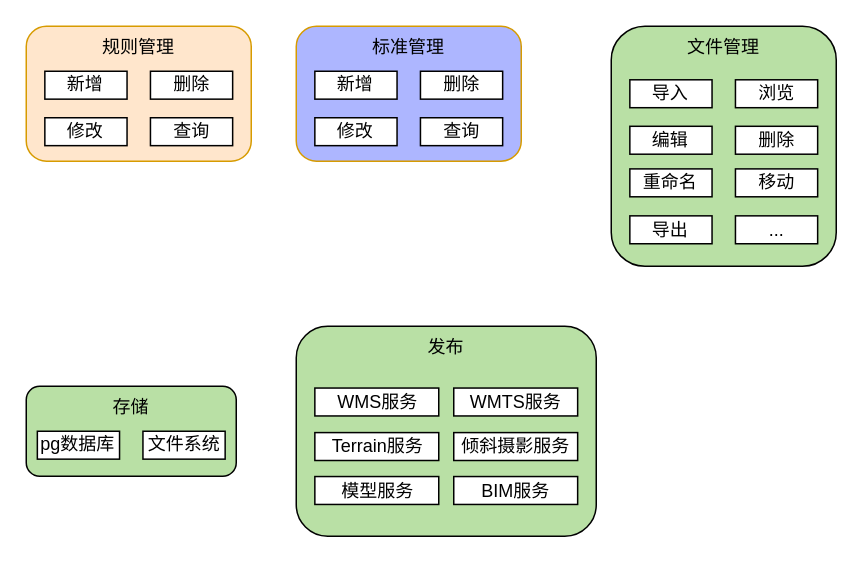
CoderDream/java-architect-util keeps this draw.io diagram as doc/安吉数字化.drawio. Above is the earlier version. Source tidied: cells renumbered, new cells numbered last; positions are measured from the earlier drawing's top-left corner, leaving out a move shared by most shapes. Both pictures are drawn from the tidied source at 150%, with x=0, y=0 at pixel (26, 26).
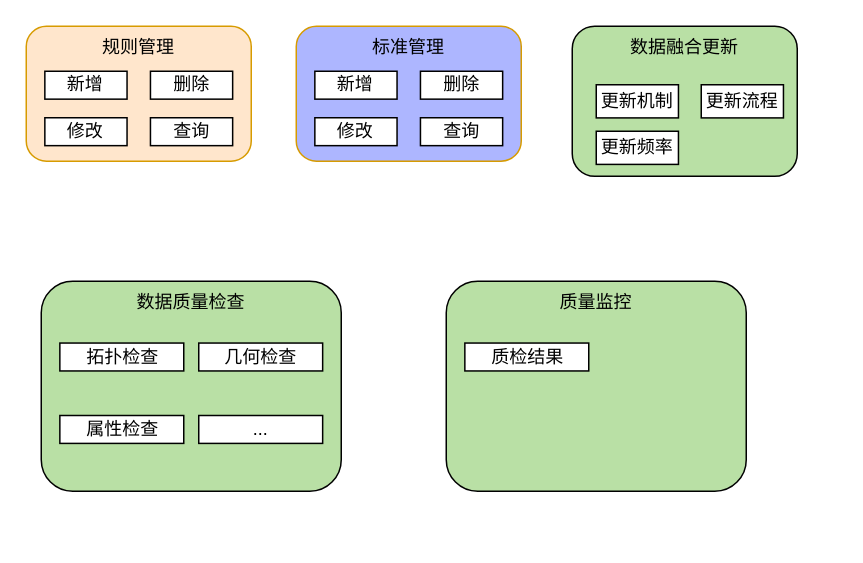
After the change.

Commit message:
更新安吉数字化.drawio

Diff of the diagram source:
```diff
@@
     <mxCell id="8" style="group;" parent="1" vertex="1">
-      <mxGeometry x="390" width="150" height="160" as="geometry" />
+      <mxGeometry x="364" width="150" height="100" as="geometry" />
     </mxCell>
-    <mxCell id="9" value="文件管理" style="rounded=1;whiteSpace=wrap;html=1;fillColor=#B9E0A5;verticalAlign=top;" parent="8" vertex="1">
-      <mxGeometry width="150" height="160" as="geometry" />
+    <mxCell id="9" value="数据融合更新" style="rounded=1;whiteSpace=wrap;html=1;fillColor=#B9E0A5;verticalAlign=top;" parent="8" vertex="1">
+      <mxGeometry width="150" height="100" as="geometry" />
     </mxCell>
-    <mxCell id="10" value="删除" style="rounded=0;whiteSpace=wrap;html=1;" parent="8" vertex="1">
-      <mxGeometry x="82.8" y="66.7" width="54.8" height="18.6" as="geometry" />
-    </mxCell>
+    <mxCell id="36" value="更新频率" style="rounded=0;whiteSpace=wrap;html=1;" parent="8" vertex="1">
+      <mxGeometry x="16" y="70" width="54.8" height="22.1" as="geometry" />
+    </mxCell>
-    <mxCell id="11" value="浏览" style="rounded=0;whiteSpace=wrap;html=1;" parent="8" vertex="1">
-      <mxGeometry x="82.8" y="35.7" width="54.8" height="18.6" as="geometry" />
+    <mxCell id="11" value="更新流程" style="rounded=0;whiteSpace=wrap;html=1;" parent="8" vertex="1">
+      <mxGeometry x="86" y="39" width="54.8" height="22.1" as="geometry" />
     </mxCell>
-    <mxCell id="12" value="重命名" style="rounded=0;whiteSpace=wrap;html=1;" parent="8" vertex="1">
-      <mxGeometry x="12.4" y="95.1" width="54.8" height="18.6" as="geometry" />
-    </mxCell>
-    <mxCell id="13" value="移动" style="rounded=0;whiteSpace=wrap;html=1;" parent="8" vertex="1">
-      <mxGeometry x="82.8" y="95.1" width="54.8" height="18.6" as="geometry" />
-    </mxCell>
-    <mxCell id="14" value="编辑" style="rounded=0;whiteSpace=wrap;html=1;" parent="8" vertex="1">
-      <mxGeometry x="12.4" y="66.7" width="54.8" height="18.6" as="geometry" />
-    </mxCell>
-    <mxCell id="15" value="导出" style="rounded=0;whiteSpace=wrap;html=1;" parent="8" vertex="1">
-      <mxGeometry x="12.4" y="126.4" width="54.8" height="18.6" as="geometry" />
-    </mxCell>
-    <mxCell id="16" value="..." style="rounded=0;whiteSpace=wrap;html=1;" parent="8" vertex="1">
-      <mxGeometry x="82.8" y="126.4" width="54.8" height="18.6" as="geometry" />
-    </mxCell>
-    <mxCell id="17" value="导入" style="rounded=0;whiteSpace=wrap;html=1;" parent="8" vertex="1">
-      <mxGeometry x="12.4" y="35.7" width="54.8" height="18.6" as="geometry" />
+    <mxCell id="17" value="更新机制" style="rounded=0;whiteSpace=wrap;html=1;" parent="8" vertex="1">
+      <mxGeometry x="16" y="39" width="54.8" height="22.1" as="geometry" />
     </mxCell>
     <mxCell id="18" style="group;" parent="1" vertex="1">
-      <mxGeometry x="180" y="200" width="200" height="140" as="geometry" />
+      <mxGeometry x="10" y="170" width="200" height="140" as="geometry" />
     </mxCell>
-    <mxCell id="19" value="发布" style="rounded=1;whiteSpace=wrap;html=1;fillColor=#B9E0A5;verticalAlign=top;" parent="18" vertex="1">
+    <mxCell id="19" value="数据质量检查" style="rounded=1;whiteSpace=wrap;html=1;fillColor=#B9E0A5;verticalAlign=top;" parent="18" vertex="1">
       <mxGeometry width="200" height="140" as="geometry" />
     </mxCell>
-    <mxCell id="20" value="WMS服务" style="rounded=0;html=1;imageHeight=24;imageWidth=28;" parent="18" vertex="1">
+    <mxCell id="20" value="拓扑检查" style="rounded=0;html=1;imageHeight=24;imageWidth=28;" parent="18" vertex="1">
       <mxGeometry x="12.4" y="41.2" width="82.6" height="18.6" as="geometry" />
     </mxCell>
-    <mxCell id="21" value="Terrain服务" style="rounded=0;html=1;imageHeight=24;imageWidth=28;" parent="18" vertex="1">
-      <mxGeometry x="12.4" y="70.9" width="82.6" height="18.6" as="geometry" />
+    <mxCell id="21" value="属性检查" style="rounded=0;html=1;imageHeight=24;imageWidth=28;" parent="18" vertex="1">
+      <mxGeometry x="12.4" y="89.5" width="82.6" height="18.6" as="geometry" />
     </mxCell>
-    <mxCell id="22" value="倾斜摄影服务" style="rounded=0;html=1;imageHeight=24;imageWidth=28;" parent="18" vertex="1">
-      <mxGeometry x="105" y="70.9" width="82.6" height="18.6" as="geometry" />
+    <mxCell id="22" value="..." style="rounded=0;html=1;imageHeight=24;imageWidth=28;" parent="18" vertex="1">
+      <mxGeometry x="105" y="89.5" width="82.6" height="18.6" as="geometry" />
     </mxCell>
-    <mxCell id="23" value="模型服务" style="rounded=0;html=1;imageHeight=24;imageWidth=28;" parent="18" vertex="1">
-      <mxGeometry x="12.4" y="100.2" width="82.6" height="18.6" as="geometry" />
-    </mxCell>
-    <mxCell id="24" value="BIM服务" style="rounded=0;html=1;imageHeight=24;imageWidth=28;" parent="18" vertex="1">
-      <mxGeometry x="105" y="100.2" width="82.6" height="18.6" as="geometry" />
-    </mxCell>
-    <mxCell id="25" value="WMTS服务" style="rounded=0;html=1;imageHeight=24;imageWidth=28;" parent="18" vertex="1">
+    <mxCell id="25" value="几何检查" style="rounded=0;html=1;imageHeight=24;imageWidth=28;" parent="18" vertex="1">
       <mxGeometry x="105" y="41.2" width="82.6" height="18.6" as="geometry" />
     </mxCell>
-    <mxCell id="26" style="group;" parent="1" vertex="1">
-      <mxGeometry y="240" width="140" height="60" as="geometry" />
-    </mxCell>
-    <mxCell id="27" value="存储" style="rounded=1;whiteSpace=wrap;html=1;fillColor=#B9E0A5;verticalAlign=top;" parent="26" vertex="1">
-      <mxGeometry width="140" height="60" as="geometry" />
-    </mxCell>
-    <mxCell id="28" value="pg数据库" style="rounded=0;whiteSpace=wrap;html=1;" parent="26" vertex="1">
-      <mxGeometry x="7.4" y="30" width="54.8" height="18.6" as="geometry" />
-    </mxCell>
-    <mxCell id="29" value="文件系统" style="rounded=0;whiteSpace=wrap;html=1;" parent="26" vertex="1">
-      <mxGeometry x="77.8" y="30" width="54.8" height="18.6" as="geometry" />
-    </mxCell>
@@
+    <mxCell id="37" style="group;" parent="1" vertex="1">
+      <mxGeometry x="280" y="170" width="200" height="140" as="geometry" />
+    </mxCell>
+    <mxCell id="38" value="质量监控" style="rounded=1;whiteSpace=wrap;html=1;fillColor=#B9E0A5;verticalAlign=top;" parent="37" vertex="1">
+      <mxGeometry width="200" height="140" as="geometry" />
+    </mxCell>
+    <mxCell id="39" value="质检结果" style="rounded=0;html=1;imageHeight=24;imageWidth=28;" parent="37" vertex="1">
+      <mxGeometry x="12.4" y="41.2" width="82.6" height="18.6" as="geometry" />
+    </mxCell>
```
